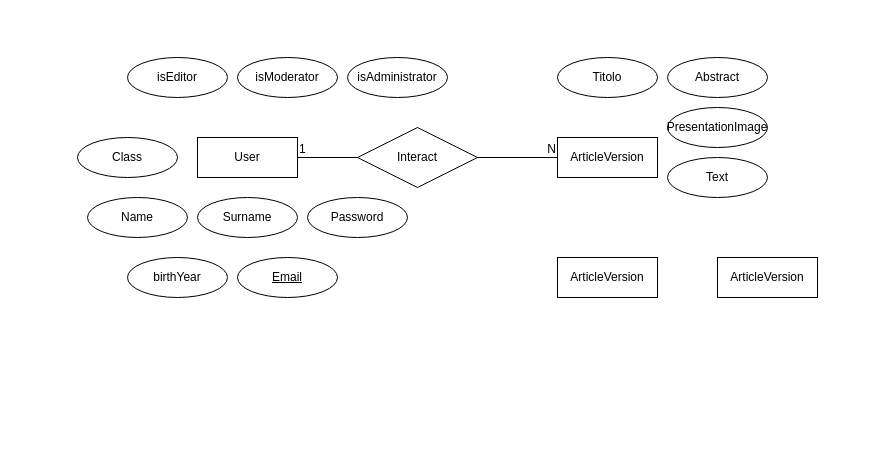
This is docs/ER/studentiwiki_er.drawio from LucaAvveduto/5C_WikiStudenti_Avveduto_Barani_Brambilla_Cecire, a draw.io file, before an edit. Source tidied: cells renumbered, new cells numbered last; positions are measured from the earlier drawing's top-left corner, leaving out a move shared by most shapes. Both pictures are drawn from the tidied source at 100%, with x=0, y=0 at pixel (77, 57).
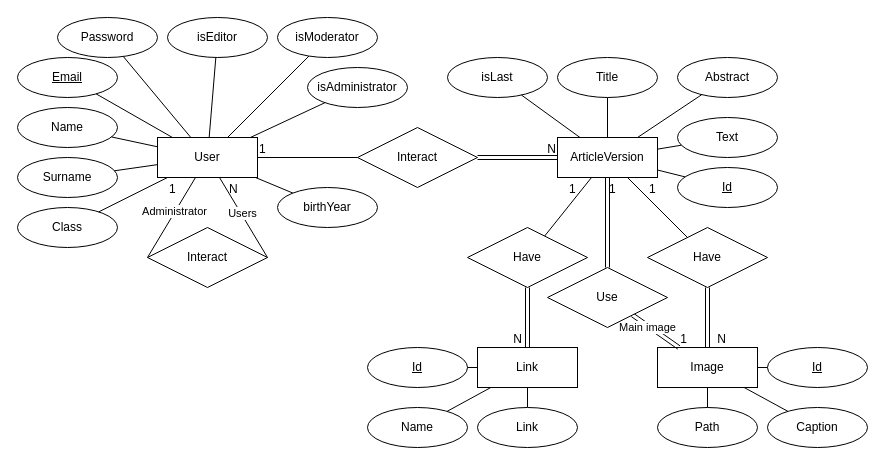
Above is the later version.

The change refers to these unchanged cells:
```xml
<mxCell id="3" value="ArticleVersion" style="whiteSpace=wrap;html=1;align=center;" parent="1" vertex="1">
  <mxGeometry x="480" y="80" width="100" height="40" as="geometry" />
</mxCell>
<mxCell id="17" value="Interact" style="shape=rhombus;perimeter=rhombusPerimeter;whiteSpace=wrap;html=1;align=center;" parent="1" vertex="1">
  <mxGeometry x="280" y="70" width="120" height="60" as="geometry" />
</mxCell>
```

The edit, as a diff of the source:
```diff
@@
     <mxCell id="2" value="User" style="whiteSpace=wrap;html=1;align=center;" parent="1" vertex="1">
-      <mxGeometry x="120" y="80" width="100" height="40" as="geometry" />
+      <mxGeometry x="80" y="80" width="100" height="40" as="geometry" />
     </mxCell>
@@
     <mxCell id="4" value="isEditor" style="ellipse;whiteSpace=wrap;html=1;align=center;" parent="1" vertex="1">
-      <mxGeometry x="50" width="100" height="40" as="geometry" />
+      <mxGeometry x="90" y="-40" width="100" height="40" as="geometry" />
     </mxCell>
     <mxCell id="5" value="isModerator" style="ellipse;whiteSpace=wrap;html=1;align=center;" parent="1" vertex="1">
-      <mxGeometry x="160" width="100" height="40" as="geometry" />
+      <mxGeometry x="200" y="-40" width="100" height="40" as="geometry" />
     </mxCell>
     <mxCell id="6" value="isAdministrator" style="ellipse;whiteSpace=wrap;html=1;align=center;" parent="1" vertex="1">
-      <mxGeometry x="270" width="100" height="40" as="geometry" />
+      <mxGeometry x="230" y="10" width="100" height="40" as="geometry" />
     </mxCell>
     <mxCell id="7" value="Name" style="ellipse;whiteSpace=wrap;html=1;align=center;" parent="1" vertex="1">
-      <mxGeometry x="10" y="140" width="100" height="40" as="geometry" />
+      <mxGeometry x="-60" y="50" width="100" height="40" as="geometry" />
     </mxCell>
     <mxCell id="8" value="Surname" style="ellipse;whiteSpace=wrap;html=1;align=center;" parent="1" vertex="1">
-      <mxGeometry x="120" y="140" width="100" height="40" as="geometry" />
+      <mxGeometry x="-60" y="100" width="100" height="40" as="geometry" />
     </mxCell>
     <mxCell id="9" value="Class" style="ellipse;whiteSpace=wrap;html=1;align=center;" parent="1" vertex="1">
-      <mxGeometry y="80" width="100" height="40" as="geometry" />
+      <mxGeometry x="-60" y="150" width="100" height="40" as="geometry" />
     </mxCell>
     <mxCell id="10" value="birthYear" style="ellipse;whiteSpace=wrap;html=1;align=center;" parent="1" vertex="1">
-      <mxGeometry x="50" y="200" width="100" height="40" as="geometry" />
+      <mxGeometry x="200" y="130" width="100" height="40" as="geometry" />
     </mxCell>
     <mxCell id="11" value="&lt;u&gt;Email&lt;/u&gt;" style="ellipse;whiteSpace=wrap;html=1;align=center;" parent="1" vertex="1">
-      <mxGeometry x="160" y="200" width="100" height="40" as="geometry" />
+      <mxGeometry x="-60" width="100" height="40" as="geometry" />
     </mxCell>
     <mxCell id="12" value="Password" style="ellipse;whiteSpace=wrap;html=1;align=center;" parent="1" vertex="1">
-      <mxGeometry x="230" y="140" width="100" height="40" as="geometry" />
+      <mxGeometry x="-20" y="-40" width="100" height="40" as="geometry" />
     </mxCell>
-    <mxCell id="13" style="endArrow=none;html=1;rounded=0;" parent="1" edge="1" source="17" target="3">
+    <mxCell id="13" style="endArrow=none;html=1;rounded=0;shape=link;" parent="1" edge="1" source="17" target="3">
       <mxGeometry relative="1" as="geometry" />
     </mxCell>
@@
-    <mxCell id="18" value="Titolo" style="ellipse;whiteSpace=wrap;html=1;align=center;" parent="1" vertex="1">
+    <mxCell id="18" value="Title" style="ellipse;whiteSpace=wrap;html=1;align=center;" parent="1" vertex="1">
       <mxGeometry x="480" width="100" height="40" as="geometry" />
     </mxCell>
     <mxCell id="19" value="Abstract" style="ellipse;whiteSpace=wrap;html=1;align=center;" parent="1" vertex="1">
-      <mxGeometry x="590" width="100" height="40" as="geometry" />
+      <mxGeometry x="600" width="100" height="40" as="geometry" />
     </mxCell>
-    <mxCell id="20" value="PresentationImage" style="ellipse;whiteSpace=wrap;html=1;align=center;" parent="1" vertex="1">
-      <mxGeometry x="590" y="50" width="100" height="40" as="geometry" />
-    </mxCell>
     <mxCell id="21" value="Text" style="ellipse;whiteSpace=wrap;html=1;align=center;" parent="1" vertex="1">
-      <mxGeometry x="590" y="100" width="100" height="40" as="geometry" />
+      <mxGeometry x="600" y="60" width="100" height="40" as="geometry" />
     </mxCell>
-    <mxCell id="22" value="ArticleVersion" style="whiteSpace=wrap;html=1;align=center;" parent="1" vertex="1">
-      <mxGeometry x="480" y="200" width="100" height="40" as="geometry" />
+    <mxCell id="22" value="Link" style="whiteSpace=wrap;html=1;align=center;" parent="1" vertex="1">
+      <mxGeometry x="400" y="290" width="100" height="40" as="geometry" />
     </mxCell>
-    <mxCell id="23" value="ArticleVersion" style="whiteSpace=wrap;html=1;align=center;" parent="1" vertex="1">
-      <mxGeometry x="640" y="200" width="100" height="40" as="geometry" />
+    <mxCell id="23" value="Image" style="whiteSpace=wrap;html=1;align=center;" parent="1" vertex="1">
+      <mxGeometry x="580" y="290" width="100" height="40" as="geometry" />
     </mxCell>
+    <mxCell id="24" value="&lt;span&gt;Path&lt;/span&gt;" style="ellipse;whiteSpace=wrap;html=1;align=center;fontStyle=0;" parent="1" vertex="1">
+      <mxGeometry x="580" y="350" width="100" height="40" as="geometry" />
+    </mxCell>
+    <mxCell id="25" style="endArrow=none;html=1;" parent="1" edge="1" source="33" target="22">
+      <mxGeometry relative="1" as="geometry" />
+    </mxCell>
+    <mxCell id="26" style="endArrow=none;html=1;" parent="1" edge="1" source="24" target="23">
+      <mxGeometry relative="1" as="geometry" />
+    </mxCell>
+    <mxCell id="27" value="Caption" style="ellipse;whiteSpace=wrap;html=1;align=center;" parent="1" vertex="1">
+      <mxGeometry x="690" y="350" width="100" height="40" as="geometry" />
+    </mxCell>
+    <mxCell id="28" value="&lt;u&gt;Id&lt;/u&gt;" style="ellipse;whiteSpace=wrap;html=1;align=center;" parent="1" vertex="1">
+      <mxGeometry x="690" y="290" width="100" height="40" as="geometry" />
+    </mxCell>
+    <mxCell id="29" style="endArrow=none;html=1;" parent="1" edge="1" source="23" target="27">
+      <mxGeometry relative="1" as="geometry" />
+    </mxCell>
+    <mxCell id="30" style="endArrow=none;html=1;" parent="1" edge="1" source="23" target="28">
+      <mxGeometry relative="1" as="geometry" />
+    </mxCell>
+    <mxCell id="31" value="&lt;u&gt;Id&lt;/u&gt;" style="ellipse;whiteSpace=wrap;html=1;align=center;" parent="1" vertex="1">
+      <mxGeometry x="290" y="290" width="100" height="40" as="geometry" />
+    </mxCell>
+    <mxCell id="32" value="Name" style="ellipse;whiteSpace=wrap;html=1;align=center;" parent="1" vertex="1">
+      <mxGeometry x="290" y="350" width="100" height="40" as="geometry" />
+    </mxCell>
+    <mxCell id="33" value="&lt;span&gt;Link&lt;/span&gt;" style="ellipse;whiteSpace=wrap;html=1;align=center;fontStyle=0;" parent="1" vertex="1">
+      <mxGeometry x="400" y="350" width="100" height="40" as="geometry" />
+    </mxCell>
+    <mxCell id="34" style="endArrow=none;html=1;" parent="1" edge="1" source="31" target="22">
+      <mxGeometry relative="1" as="geometry" />
+    </mxCell>
+    <mxCell id="35" style="endArrow=none;html=1;" parent="1" edge="1" source="22" target="32">
+      <mxGeometry relative="1" as="geometry" />
+    </mxCell>
+    <mxCell id="36" style="endArrow=none;html=1;rounded=0;shape=link;" parent="1" edge="1" source="40" target="22">
+      <mxGeometry relative="1" as="geometry" />
+    </mxCell>
+    <mxCell id="37" value="N" style="html=1;whiteSpace=wrap;align=right;verticalAlign=bottom;" parent="36" vertex="1">
+      <mxGeometry x="1" relative="1" as="geometry">
+        <mxPoint x="-4" as="offset" />
+      </mxGeometry>
+    </mxCell>
+    <mxCell id="38" style="endArrow=none;html=1;rounded=0;" parent="1" edge="1" source="3" target="40">
+      <mxGeometry relative="1" as="geometry" />
+    </mxCell>
+    <mxCell id="39" value="1" style="html=1;whiteSpace=wrap;align=left;verticalAlign=bottom;" parent="38" vertex="1">
+      <mxGeometry x="-1" relative="1" as="geometry">
+        <mxPoint x="-24" y="20" as="offset" />
+      </mxGeometry>
+    </mxCell>
+    <mxCell id="40" value="Have" style="shape=rhombus;perimeter=rhombusPerimeter;whiteSpace=wrap;html=1;align=center;" parent="1" vertex="1">
+      <mxGeometry x="390" y="170" width="120" height="60" as="geometry" />
+    </mxCell>
+    <mxCell id="41" style="endArrow=none;html=1;rounded=0;shape=link;" parent="1" edge="1" source="45" target="23">
+      <mxGeometry relative="1" as="geometry" />
+    </mxCell>
+    <mxCell id="42" value="N" style="html=1;whiteSpace=wrap;align=right;verticalAlign=bottom;" parent="41" vertex="1">
+      <mxGeometry x="1" relative="1" as="geometry">
+        <mxPoint x="20" as="offset" />
+      </mxGeometry>
+    </mxCell>
+    <mxCell id="43" style="endArrow=none;html=1;rounded=0;" parent="1" edge="1" source="3" target="45">
+      <mxGeometry relative="1" as="geometry" />
+    </mxCell>
+    <mxCell id="44" value="1" style="html=1;whiteSpace=wrap;align=left;verticalAlign=bottom;" parent="43" vertex="1">
+      <mxGeometry x="-1" relative="1" as="geometry">
+        <mxPoint x="20" y="20" as="offset" />
+      </mxGeometry>
+    </mxCell>
+    <mxCell id="45" value="Have" style="shape=rhombus;perimeter=rhombusPerimeter;whiteSpace=wrap;html=1;align=center;" parent="1" vertex="1">
+      <mxGeometry x="570" y="170" width="120" height="60" as="geometry" />
+    </mxCell>
+    <mxCell id="46" style="endArrow=none;html=1;" parent="1" edge="1" source="3" target="18">
+      <mxGeometry relative="1" as="geometry" />
+    </mxCell>
+    <mxCell id="47" style="endArrow=none;html=1;" parent="1" edge="1" source="3" target="19">
+      <mxGeometry relative="1" as="geometry" />
+    </mxCell>
+    <mxCell id="48" style="endArrow=none;html=1;" parent="1" edge="1" source="3" target="21">
+      <mxGeometry relative="1" as="geometry" />
+    </mxCell>
+    <mxCell id="49" value="Id" style="ellipse;whiteSpace=wrap;html=1;align=center;fontStyle=4;" parent="1" vertex="1">
+      <mxGeometry x="600" y="110" width="100" height="40" as="geometry" />
+    </mxCell>
+    <mxCell id="50" style="endArrow=none;html=1;" parent="1" edge="1" source="3" target="49">
+      <mxGeometry relative="1" as="geometry" />
+    </mxCell>
+    <mxCell id="51" style="endArrow=none;html=1;" parent="1" edge="1" source="2" target="4">
+      <mxGeometry relative="1" as="geometry" />
+    </mxCell>
+    <mxCell id="52" style="endArrow=none;html=1;" parent="1" edge="1" source="2" target="5">
+      <mxGeometry relative="1" as="geometry" />
+    </mxCell>
+    <mxCell id="53" style="endArrow=none;html=1;" parent="1" edge="1" source="2" target="12">
+      <mxGeometry relative="1" as="geometry" />
+    </mxCell>
+    <mxCell id="54" style="endArrow=none;html=1;" parent="1" edge="1" source="2" target="11">
+      <mxGeometry relative="1" as="geometry" />
+    </mxCell>
+    <mxCell id="55" style="endArrow=none;html=1;" parent="1" edge="1" source="2" target="7">
+      <mxGeometry relative="1" as="geometry" />
+    </mxCell>
+    <mxCell id="56" style="endArrow=none;html=1;" parent="1" edge="1" source="2" target="8">
+      <mxGeometry relative="1" as="geometry" />
+    </mxCell>
+    <mxCell id="57" style="endArrow=none;html=1;" parent="1" edge="1" source="2" target="9">
+      <mxGeometry relative="1" as="geometry" />
+    </mxCell>
+    <mxCell id="58" style="endArrow=none;html=1;" parent="1" edge="1" source="2" target="10">
+      <mxGeometry relative="1" as="geometry" />
+    </mxCell>
+    <mxCell id="59" style="endArrow=none;html=1;" parent="1" edge="1" source="2" target="6">
+      <mxGeometry relative="1" as="geometry" />
+    </mxCell>
+    <mxCell id="60" value="isLast" style="ellipse;whiteSpace=wrap;html=1;align=center;" parent="1" vertex="1">
+      <mxGeometry x="370" width="100" height="40" as="geometry" />
+    </mxCell>
+    <mxCell id="61" style="endArrow=none;html=1;" parent="1" edge="1" source="60" target="3">
+      <mxGeometry relative="1" as="geometry" />
+    </mxCell>
+    <mxCell id="62" value="Interact" style="shape=rhombus;perimeter=rhombusPerimeter;whiteSpace=wrap;html=1;align=center;" parent="1" vertex="1">
+      <mxGeometry x="70" y="170" width="120" height="60" as="geometry" />
+    </mxCell>
+    <mxCell id="63" style="endArrow=none;html=1;rounded=0;entryX=0;entryY=0.5;entryDx=0;entryDy=0;" parent="1" edge="1" source="2" target="62">
+      <mxGeometry relative="1" as="geometry" />
+    </mxCell>
+    <mxCell id="64" value="1" style="html=1;whiteSpace=wrap;align=left;verticalAlign=bottom;" parent="63" vertex="1">
+      <mxGeometry x="-1" relative="1" as="geometry">
+        <mxPoint x="-28" y="20" as="offset" />
+      </mxGeometry>
+    </mxCell>
+    <mxCell id="65" value="Administrator" style="edgeLabel;html=1;align=center;verticalAlign=middle;" parent="63" vertex="1">
+      <mxGeometry x="-0.14" y="-1" relative="1" as="geometry" />
+    </mxCell>
+    <mxCell id="66" style="endArrow=none;html=1;rounded=0;entryX=1;entryY=0.5;entryDx=0;entryDy=0;" parent="1" edge="1" source="2" target="62">
+      <mxGeometry relative="1" as="geometry" />
+    </mxCell>
+    <mxCell id="67" value="N" style="html=1;whiteSpace=wrap;align=left;verticalAlign=bottom;" parent="66" vertex="1">
+      <mxGeometry x="-1" relative="1" as="geometry">
+        <mxPoint x="8" y="20" as="offset" />
+      </mxGeometry>
+    </mxCell>
+    <mxCell id="68" value="Users" style="edgeLabel;html=1;align=center;verticalAlign=middle;" parent="66" vertex="1">
+      <mxGeometry x="-0.09" y="1" relative="1" as="geometry" />
+    </mxCell>
+    <mxCell id="69" style="endArrow=none;html=1;rounded=0;shape=link;" parent="1" edge="1" source="74" target="23">
+      <mxGeometry relative="1" as="geometry" />
+    </mxCell>
+    <mxCell id="70" value="1" style="html=1;whiteSpace=wrap;align=right;verticalAlign=bottom;" parent="69" vertex="1">
+      <mxGeometry x="1" relative="1" as="geometry">
+        <mxPoint x="9" as="offset" />
+      </mxGeometry>
+    </mxCell>
+    <mxCell id="71" value="Main image" style="edgeLabel;html=1;align=center;verticalAlign=middle;" parent="69" vertex="1">
+      <mxGeometry x="-0.42" relative="1" as="geometry">
+        <mxPoint x="1" y="3" as="offset" />
+      </mxGeometry>
+    </mxCell>
+    <mxCell id="72" style="endArrow=none;html=1;rounded=0;shape=link;" parent="1" edge="1" source="3" target="74">
+      <mxGeometry relative="1" as="geometry" />
+    </mxCell>
+    <mxCell id="73" value="1" style="html=1;whiteSpace=wrap;align=left;verticalAlign=bottom;" parent="72" vertex="1">
+      <mxGeometry x="-1" relative="1" as="geometry">
+        <mxPoint y="20" as="offset" />
+      </mxGeometry>
+    </mxCell>
+    <mxCell id="74" value="Use" style="shape=rhombus;perimeter=rhombusPerimeter;whiteSpace=wrap;html=1;align=center;" parent="1" vertex="1">
+      <mxGeometry x="470" y="210" width="120" height="60" as="geometry" />
+    </mxCell>
```
